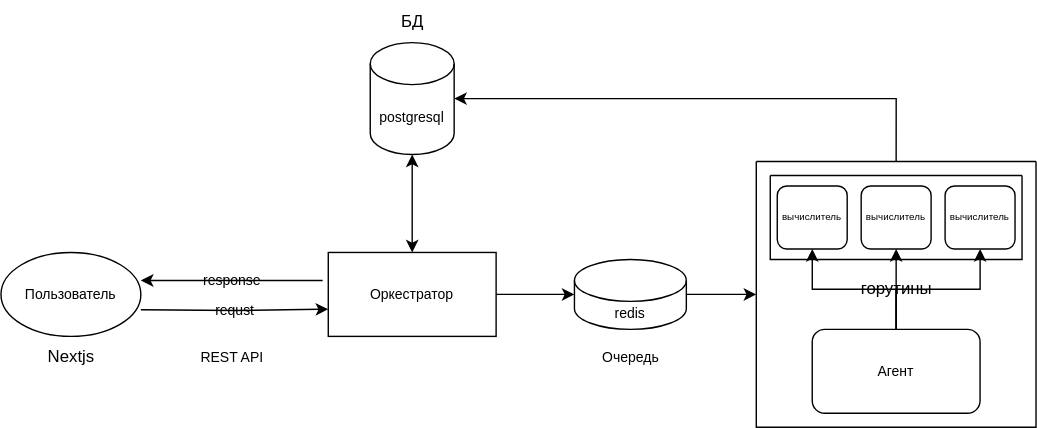
The draw.io diagram appStruct.drawio.svg in manlop0/expression-solver, before a commit. Source tidied: cells renumbered, new cells last; positions are measured from the earlier drawing's top-left corner, leaving out a move shared by most shapes.
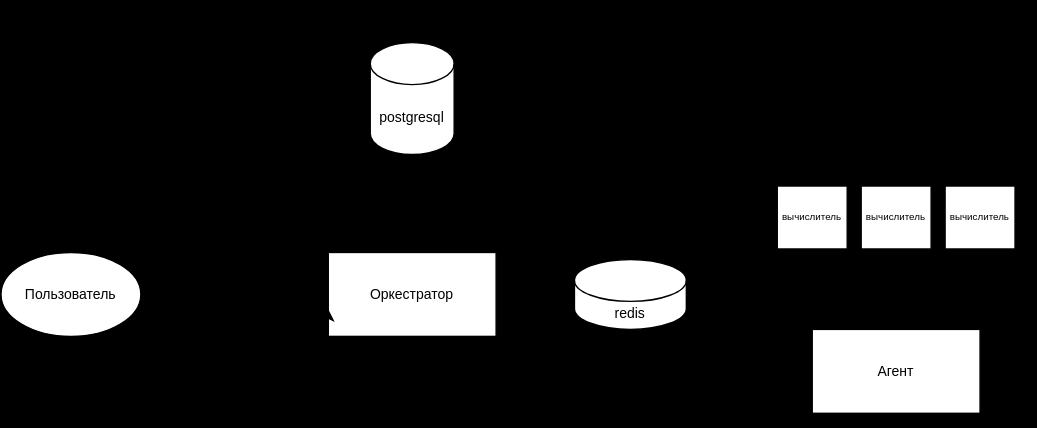
After the change.

The edit, as a diff of the source:
```diff
@@ -1,8 +1,8 @@
-<mxGraphModel background="#FFFFFF">
+<mxGraphModel background="#000000">
   <root>
     <mxCell id="0" />
     <mxCell id="1" parent="0" />
-    <mxCell id="2" value="Пользователь" style="ellipse;whiteSpace=wrap;html=1;fontSize=10;labelBackgroundColor=none;" parent="1" vertex="1">
+    <mxCell id="2" value="Пользователь" style="ellipse;whiteSpace=wrap;html=1;fontSize=10;labelBackgroundColor=none;rounded=0;" parent="1" vertex="1">
       <mxGeometry y="180" width="100" height="60" as="geometry" />
     </mxCell>
     <mxCell id="3" style="edgeStyle=orthogonalEdgeStyle;rounded=0;jettySize=auto;html=1;fontSize=10;labelBackgroundColor=none;fontColor=default;" parent="1" edge="1" source="5" target="14">
@@ -41,43 +41,43 @@
     <mxCell id="9" style="edgeStyle=orthogonalEdgeStyle;rounded=0;jettySize=auto;html=1;exitX=1;exitY=0;exitDx=0;exitDy=0;entryX=0.002;entryY=0.148;entryDx=0;entryDy=0;entryPerimeter=0;strokeColor=none;startArrow=classic;startFill=1;endArrow=none;endFill=0;fontSize=10;labelBackgroundColor=none;fontColor=default;" parent="1" edge="1" source="2" target="10">
       <mxGeometry relative="1" as="geometry" />
     </mxCell>
-    <mxCell id="10" value="REST API" style="text;html=1;align=center;verticalAlign=middle;points=[];strokeColor=none;fillColor=none;fontSize=10;labelBackgroundColor=none;" parent="1" vertex="1">
+    <mxCell id="10" value="REST API" style="text;html=1;align=center;verticalAlign=middle;points=[];strokeColor=none;fillColor=none;fontSize=10;labelBackgroundColor=none;rounded=0;" parent="1" vertex="1">
       <mxGeometry x="130" y="240" width="70" height="30" as="geometry" />
     </mxCell>
     <mxCell id="11" style="edgeStyle=orthogonalEdgeStyle;rounded=0;jettySize=auto;html=1;exitX=1;exitY=0.5;exitDx=0;exitDy=0;exitPerimeter=0;entryX=0.5;entryY=0;entryDx=0;entryDy=0;startArrow=classic;startFill=1;endArrow=none;endFill=0;labelBackgroundColor=none;fontColor=default;" parent="1" edge="1" source="12" target="16">
       <mxGeometry relative="1" as="geometry" />
     </mxCell>
-    <mxCell id="12" value="postgresql" style="shape=cylinder3;whiteSpace=wrap;html=1;boundedLbl=1;backgroundOutline=1;size=15;fillStyle=auto;fontSize=10;labelBackgroundColor=none;" parent="1" vertex="1">
+    <mxCell id="12" value="postgresql" style="shape=cylinder3;whiteSpace=wrap;html=1;boundedLbl=1;backgroundOutline=1;size=15;fillStyle=auto;fontSize=10;labelBackgroundColor=none;rounded=0;" parent="1" vertex="1">
       <mxGeometry x="264" y="30" width="60" height="80" as="geometry" />
     </mxCell>
     <mxCell id="13" style="edgeStyle=none;rounded=0;jettySize=auto;html=1;entryX=0;entryY=0.5;entryDx=0;entryDy=0;labelBackgroundColor=none;fontColor=default;" parent="1" edge="1" source="14" target="16">
       <mxGeometry relative="1" as="geometry" />
     </mxCell>
-    <mxCell id="14" value="redis" style="shape=cylinder3;whiteSpace=wrap;html=1;boundedLbl=1;backgroundOutline=1;size=15;fontSize=10;labelBackgroundColor=none;" parent="1" vertex="1">
+    <mxCell id="14" value="redis" style="shape=cylinder3;whiteSpace=wrap;html=1;boundedLbl=1;backgroundOutline=1;size=15;fontSize=10;labelBackgroundColor=none;rounded=0;" parent="1" vertex="1">
       <mxGeometry x="410" y="185" width="80" height="50" as="geometry" />
     </mxCell>
-    <mxCell id="15" value="Очередь" style="text;html=1;align=center;verticalAlign=middle;strokeColor=none;fillColor=none;fontSize=10;labelBackgroundColor=none;" parent="1" vertex="1">
+    <mxCell id="15" value="Очередь" style="text;html=1;align=center;verticalAlign=middle;strokeColor=none;fillColor=none;fontSize=10;labelBackgroundColor=none;rounded=0;" parent="1" vertex="1">
       <mxGeometry x="420" y="240" width="60" height="30" as="geometry" />
     </mxCell>
-    <mxCell id="16" style="swimlane;startSize=0;fontSize=10;labelBackgroundColor=none;" parent="1" vertex="1">
+    <mxCell id="16" style="swimlane;startSize=0;fontSize=10;labelBackgroundColor=none;rounded=0;" parent="1" vertex="1">
       <mxGeometry x="540" y="115" width="200" height="190" as="geometry" />
     </mxCell>
     <mxCell id="17" style="edgeStyle=orthogonalEdgeStyle;rounded=0;jettySize=auto;html=1;labelBackgroundColor=none;fontColor=default;" parent="16" edge="1" source="18" target="22">
       <mxGeometry relative="1" as="geometry" />
     </mxCell>
-    <mxCell id="18" value="Агент" style="rounded=1;whiteSpace=wrap;html=1;fontSize=10;labelBackgroundColor=none;" parent="16" vertex="1">
+    <mxCell id="18" value="Агент" style="rounded=0;whiteSpace=wrap;html=1;fontSize=10;labelBackgroundColor=none;" parent="16" vertex="1">
       <mxGeometry x="40" y="120" width="120" height="60" as="geometry" />
     </mxCell>
-    <mxCell id="19" style="swimlane;startSize=0;fontSize=10;labelBackgroundColor=none;" parent="16" vertex="1">
+    <mxCell id="19" style="swimlane;startSize=0;fontSize=10;labelBackgroundColor=none;rounded=0;" parent="16" vertex="1">
       <mxGeometry x="10" y="10" width="180" height="60" as="geometry" />
     </mxCell>
-    <mxCell id="20" value="вычислитель" style="rounded=1;whiteSpace=wrap;html=1;fontSize=7;labelBackgroundColor=none;" parent="19" vertex="1">
+    <mxCell id="20" value="вычислитель" style="rounded=0;whiteSpace=wrap;html=1;fontSize=7;labelBackgroundColor=none;" parent="19" vertex="1">
       <mxGeometry x="125" y="7.5" width="50" height="45" as="geometry" />
     </mxCell>
-    <mxCell id="21" value="вычислитель" style="rounded=1;whiteSpace=wrap;html=1;fontSize=7;labelBackgroundColor=none;" parent="19" vertex="1">
+    <mxCell id="21" value="вычислитель" style="rounded=0;whiteSpace=wrap;html=1;fontSize=7;labelBackgroundColor=none;" parent="19" vertex="1">
       <mxGeometry x="65" y="7.5" width="50" height="45" as="geometry" />
     </mxCell>
-    <mxCell id="22" value="вычислитель" style="rounded=1;whiteSpace=wrap;html=1;fontSize=7;labelBackgroundColor=none;" parent="19" vertex="1">
+    <mxCell id="22" value="вычислитель" style="rounded=0;whiteSpace=wrap;html=1;fontSize=7;labelBackgroundColor=none;" parent="19" vertex="1">
       <mxGeometry x="5" y="7.5" width="50" height="45" as="geometry" />
     </mxCell>
     <mxCell id="23" style="edgeStyle=orthogonalEdgeStyle;rounded=0;jettySize=auto;html=1;endArrow=none;endFill=0;startArrow=classic;startFill=1;fontSize=9;labelBackgroundColor=none;fontColor=default;" parent="16" edge="1" source="20" target="18">
@@ -86,10 +86,10 @@
     <mxCell id="24" value="горутины" style="edgeStyle=none;rounded=0;jettySize=auto;html=1;endArrow=none;endFill=0;startArrow=classic;startFill=1;fontSize=12;labelBackgroundColor=none;fontColor=default;" parent="16" edge="1" source="21" target="18">
       <mxGeometry relative="1" as="geometry" />
     </mxCell>
-    <mxCell id="25" value="БД" style="text;html=1;align=center;verticalAlign=middle;strokeColor=none;fillColor=none;labelBackgroundColor=none;" parent="1" vertex="1">
+    <mxCell id="25" value="БД" style="text;html=1;align=center;verticalAlign=middle;strokeColor=none;fillColor=none;labelBackgroundColor=none;rounded=0;" parent="1" vertex="1">
       <mxGeometry x="274" width="40" height="30" as="geometry" />
     </mxCell>
-    <mxCell id="26" value="Nextjs" style="text;html=1;align=center;verticalAlign=middle;strokeColor=none;fillColor=none;labelBackgroundColor=none;" parent="1" vertex="1">
+    <mxCell id="26" value="Nextjs" style="text;html=1;align=center;verticalAlign=middle;strokeColor=none;fillColor=none;labelBackgroundColor=none;rounded=0;" parent="1" vertex="1">
       <mxGeometry x="20" y="240" width="60" height="30" as="geometry" />
     </mxCell>
   </root>
```
